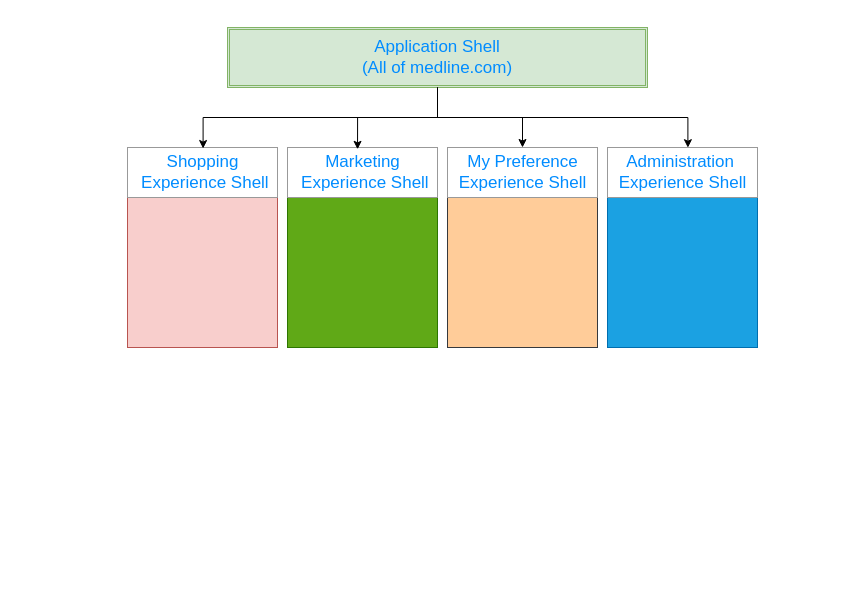
Before: page "Page-1" (1 of 2) of Shell Application Layout.drawio in neio100/orange, a draw.io diagram. Source tidied: cells renumbered, new cells numbered last; positions are measured from the earlier drawing's top-left corner, leaving out a move shared by most shapes. Both pictures are drawn from the tidied source at 100%, with x=0, y=0 at pixel (127, 27).
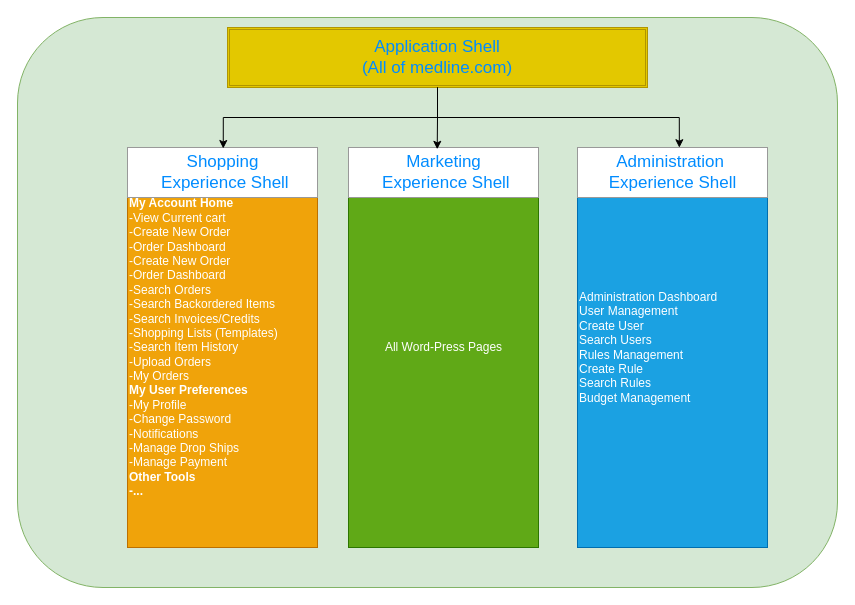
Above is the later version.

The edit, as a diff of the source:
```diff
@@
 <mxGraphModel>
   <root>
     <mxCell id="0" />
     <mxCell id="1" parent="0" />
-    <mxCell id="2" style="edgeStyle=orthogonalEdgeStyle;rounded=0;jettySize=auto;html=1;" parent="1" edge="1" source="3" target="9">
-      <mxGeometry relative="1" as="geometry" />
-    </mxCell>
+    <mxCell id="15" style="rounded=1;whiteSpace=wrap;html=1;fillColor=#d5e8d4;strokeColor=#82b366;" parent="1" vertex="1">
+      <mxGeometry x="-110" y="-10" width="820" height="570" as="geometry" />
+    </mxCell>
-    <mxCell id="3" value="&lt;font style=&quot;font-size: 17px&quot; color=&quot;#008cff&quot;&gt;Application Shell&lt;br&gt;(All of medline.com)&lt;/font&gt;" style="shape=ext;double=1;rounded=0;whiteSpace=wrap;html=1;fillColor=#d5e8d4;strokeColor=#82b366;" parent="1" vertex="1">
+    <mxCell id="3" value="&lt;font style=&quot;font-size: 17px&quot; color=&quot;#008cff&quot;&gt;Application Shell&lt;br&gt;(All of medline.com)&lt;/font&gt;" style="shape=ext;double=1;rounded=0;whiteSpace=wrap;html=1;fillColor=#e3c800;strokeColor=#B09500;fontColor=#000000;" parent="1" vertex="1">
       <mxGeometry x="100" width="420" height="60" as="geometry" />
     </mxCell>
-    <mxCell id="4" style="strokeWidth=1;shadow=0;dashed=0;align=center;html=1;shape=mxgraph.mockup.forms.rrect;rSize=0;fillColor=#f8cecc;strokeColor=#b85450;" parent="1" vertex="1">
-      <mxGeometry y="120" width="150" height="200" as="geometry" />
+    <mxCell id="4" value="&lt;font color=&quot;#ffffff&quot;&gt;&lt;b&gt;My Account Home&lt;/b&gt;&lt;br&gt;&lt;span&gt; &lt;/span&gt;-View Current cart&lt;br&gt;&lt;span&gt; &lt;/span&gt;-Create New Order&lt;br&gt;&lt;span&gt; &lt;/span&gt;-Order Dashboard&lt;br&gt;&lt;span&gt; &lt;/span&gt;-&lt;span&gt;Create New Order&lt;/span&gt;&lt;/font&gt;&lt;div&gt;&lt;font color=&quot;#ffffff&quot;&gt;-Order Dashboard&lt;/font&gt;&lt;/div&gt;&lt;div&gt;&lt;font color=&quot;#ffffff&quot;&gt;-Search Orders&lt;/font&gt;&lt;/div&gt;&lt;div&gt;&lt;font color=&quot;#ffffff&quot;&gt;-Search Backordered Items&lt;/font&gt;&lt;/div&gt;&lt;div&gt;&lt;font color=&quot;#ffffff&quot;&gt;-Search Invoices/Credits&lt;/font&gt;&lt;/div&gt;&lt;div&gt;&lt;font color=&quot;#ffffff&quot;&gt;-Shopping Lists (Templates)&lt;/font&gt;&lt;/div&gt;&lt;div&gt;&lt;font color=&quot;#ffffff&quot;&gt;-Search Item History&lt;/font&gt;&lt;/div&gt;&lt;div&gt;&lt;font color=&quot;#ffffff&quot;&gt;-Upload Orders&lt;/font&gt;&lt;/div&gt;&lt;font color=&quot;#ffffff&quot;&gt;-My Orders&lt;br&gt;&lt;b&gt;My User Preferences&lt;br&gt;&lt;/b&gt;&lt;/font&gt;&lt;div&gt;&lt;font color=&quot;#ffffff&quot;&gt;-My Profile&lt;/font&gt;&lt;/div&gt;&lt;div&gt;&lt;font color=&quot;#ffffff&quot;&gt;-Change Password&lt;/font&gt;&lt;/div&gt;&lt;div&gt;&lt;font color=&quot;#ffffff&quot;&gt;-Notifications&lt;/font&gt;&lt;/div&gt;&lt;div&gt;&lt;font color=&quot;#ffffff&quot;&gt;-Manage Drop Ships&lt;/font&gt;&lt;/div&gt;&lt;div&gt;&lt;font color=&quot;#ffffff&quot;&gt;-Manage Payment&lt;/font&gt;&lt;/div&gt;&lt;b&gt;&lt;font color=&quot;#ffffff&quot;&gt;Other Tools&lt;br&gt;-...&lt;/font&gt;&lt;br&gt;&lt;/b&gt;" style="strokeWidth=1;shadow=0;dashed=0;align=left;html=1;shape=mxgraph.mockup.forms.rrect;rSize=0;fillColor=#f0a30a;strokeColor=#BD7000;fontColor=#000000;" parent="1" vertex="1">
+      <mxGeometry y="120" width="190" height="400" as="geometry" />
     </mxCell>
     <mxCell id="5" value="Shopping&lt;br&gt;&amp;nbsp;Experience Shell" style="strokeWidth=1;shadow=0;dashed=0;align=center;html=1;shape=mxgraph.mockup.forms.rrect;rSize=0;strokeColor=#999999;fontColor=#008cff;fontSize=17;fillColor=#ffffff;" parent="4" vertex="1">
-      <mxGeometry width="150" height="50" relative="1" as="geometry" />
+      <mxGeometry width="190" height="50" relative="1" as="geometry" />
     </mxCell>
-    <mxCell id="6" style="strokeWidth=1;shadow=0;dashed=0;align=center;html=1;shape=mxgraph.mockup.forms.rrect;rSize=0;fillColor=#60a917;strokeColor=#2D7600;fontColor=#ffffff;" parent="1" vertex="1">
-      <mxGeometry x="160" y="120" width="150" height="200" as="geometry" />
+    <mxCell id="6" value="All Word-Press Pages&lt;br&gt;" style="strokeWidth=1;shadow=0;dashed=0;align=center;html=1;shape=mxgraph.mockup.forms.rrect;rSize=0;fillColor=#60a917;strokeColor=#2D7600;fontColor=#ffffff;" parent="1" vertex="1">
+      <mxGeometry x="221" y="120" width="190" height="400" as="geometry" />
     </mxCell>
     <mxCell id="7" value="Marketing&lt;br&gt;&amp;nbsp;Experience Shell" style="strokeWidth=1;shadow=0;dashed=0;align=center;html=1;shape=mxgraph.mockup.forms.rrect;rSize=0;strokeColor=#999999;fontColor=#008cff;fontSize=17;fillColor=#ffffff;" parent="6" vertex="1">
-      <mxGeometry width="150" height="50" relative="1" as="geometry" />
+      <mxGeometry width="190" height="50" relative="1" as="geometry" />
     </mxCell>
-    <mxCell id="8" style="strokeWidth=1;shadow=0;dashed=0;align=center;html=1;shape=mxgraph.mockup.forms.rrect;rSize=0;fillColor=#ffcc99;strokeColor=#36393d;" parent="1" vertex="1">
-      <mxGeometry x="320" y="120" width="150" height="200" as="geometry" />
-    </mxCell>
-    <mxCell id="9" value="My Preference&lt;br&gt;Experience Shell" style="strokeWidth=1;shadow=0;dashed=0;align=center;html=1;shape=mxgraph.mockup.forms.rrect;rSize=0;strokeColor=#999999;fontColor=#008cff;fontSize=17;fillColor=#ffffff;" parent="8" vertex="1">
-      <mxGeometry width="150" height="50" relative="1" as="geometry" />
-    </mxCell>
-    <mxCell id="10" style="strokeWidth=1;shadow=0;dashed=0;align=center;html=1;shape=mxgraph.mockup.forms.rrect;rSize=0;fillColor=#1ba1e2;fontColor=#ffffff;strokeColor=#006EAF;" parent="1" vertex="1">
-      <mxGeometry x="480" y="120" width="150" height="200" as="geometry" />
+    <mxCell id="10" value="&lt;div style=&quot;text-align: justify&quot;&gt;Administration Dashboard&lt;/div&gt;&lt;div style=&quot;text-align: justify&quot;&gt;User Management&lt;/div&gt;&lt;div style=&quot;text-align: justify&quot;&gt;Create User&lt;/div&gt;&lt;div style=&quot;text-align: justify&quot;&gt;Search Users&lt;/div&gt;&lt;div style=&quot;text-align: justify&quot;&gt;Rules Management&lt;/div&gt;&lt;div style=&quot;text-align: justify&quot;&gt;Create Rule&lt;/div&gt;&lt;div style=&quot;text-align: justify&quot;&gt;Search Rules&lt;/div&gt;&lt;div style=&quot;text-align: justify&quot;&gt;Budget Management&lt;/div&gt;" style="strokeWidth=1;shadow=0;dashed=0;align=left;html=1;shape=mxgraph.mockup.forms.rrect;rSize=0;fillColor=#1ba1e2;fontColor=#ffffff;strokeColor=#006EAF;" parent="1" vertex="1">
+      <mxGeometry x="450" y="120" width="190" height="400" as="geometry" />
     </mxCell>
     <mxCell id="11" value="Administration&amp;nbsp;&lt;br&gt;Experience Shell" style="strokeWidth=1;shadow=0;dashed=0;align=center;html=1;shape=mxgraph.mockup.forms.rrect;rSize=0;strokeColor=#999999;fontColor=#008cff;fontSize=17;fillColor=#ffffff;" parent="10" vertex="1">
-      <mxGeometry width="150" height="50" relative="1" as="geometry" />
+      <mxGeometry width="190" height="50" relative="1" as="geometry" />
     </mxCell>
     <mxCell id="12" style="edgeStyle=orthogonalEdgeStyle;rounded=0;jettySize=auto;html=1;entryX=0.536;entryY=0.004;entryDx=0;entryDy=0;entryPerimeter=0;exitX=0.5;exitY=1;exitDx=0;exitDy=0;" parent="1" edge="1" source="3" target="11">
       <mxGeometry relative="1" as="geometry" />
     </mxCell>
     <mxCell id="13" style="edgeStyle=orthogonalEdgeStyle;rounded=0;jettySize=auto;html=1;entryX=0.467;entryY=0.036;entryDx=0;entryDy=0;entryPerimeter=0;exitX=0.5;exitY=1;exitDx=0;exitDy=0;" parent="1" edge="1" source="3" target="7">
       <mxGeometry relative="1" as="geometry" />
     </mxCell>
     <mxCell id="14" style="edgeStyle=orthogonalEdgeStyle;rounded=0;jettySize=auto;html=1;exitX=0.5;exitY=1;exitDx=0;exitDy=0;entryX=0.504;entryY=0.02;entryDx=0;entryDy=0;entryPerimeter=0;" parent="1" edge="1" source="3" target="5">
       <mxGeometry relative="1" as="geometry" />
     </mxCell>
   </root>
 </mxGraphModel>
```
